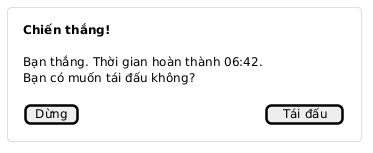
VattenL/mobile-pikachu keeps this PlantUML diagram as docs/uml/pha3/ui-m4-result.png. Above is the earlier version.
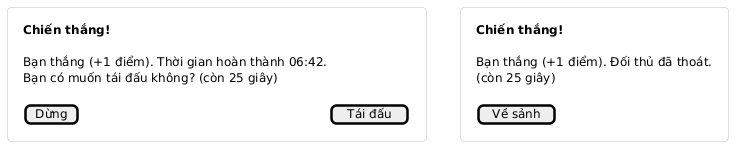
The same file after the commit.

The edit, as a diff of the source:
```diff
@@ -13,11 +13,26 @@
 {
   <b>Chiến thắng!
   .
-  Bạn thắng. Thời gian hoàn thành 06:42.
-  Bạn có muốn tái đấu không?
+  Bạn thắng (+1 điểm). Thời gian hoàn thành 06:42.
+  Bạn có muốn tái đấu không? (còn 25 giây)
   .
   [ Dừng ] | [ Tái đấu ]
 }
 }}
 ]
+
+rectangle Left [
+{{salt
+{
+  <b>Chiến thắng!
+  .
+  Bạn thắng (+1 điểm). Đối thủ đã thoát.
+  (còn 25 giây)
+  .
+  [ Về sảnh ]
+}
+}}
+]
+
+Result -[hidden]right- Left
 @enduml
```
